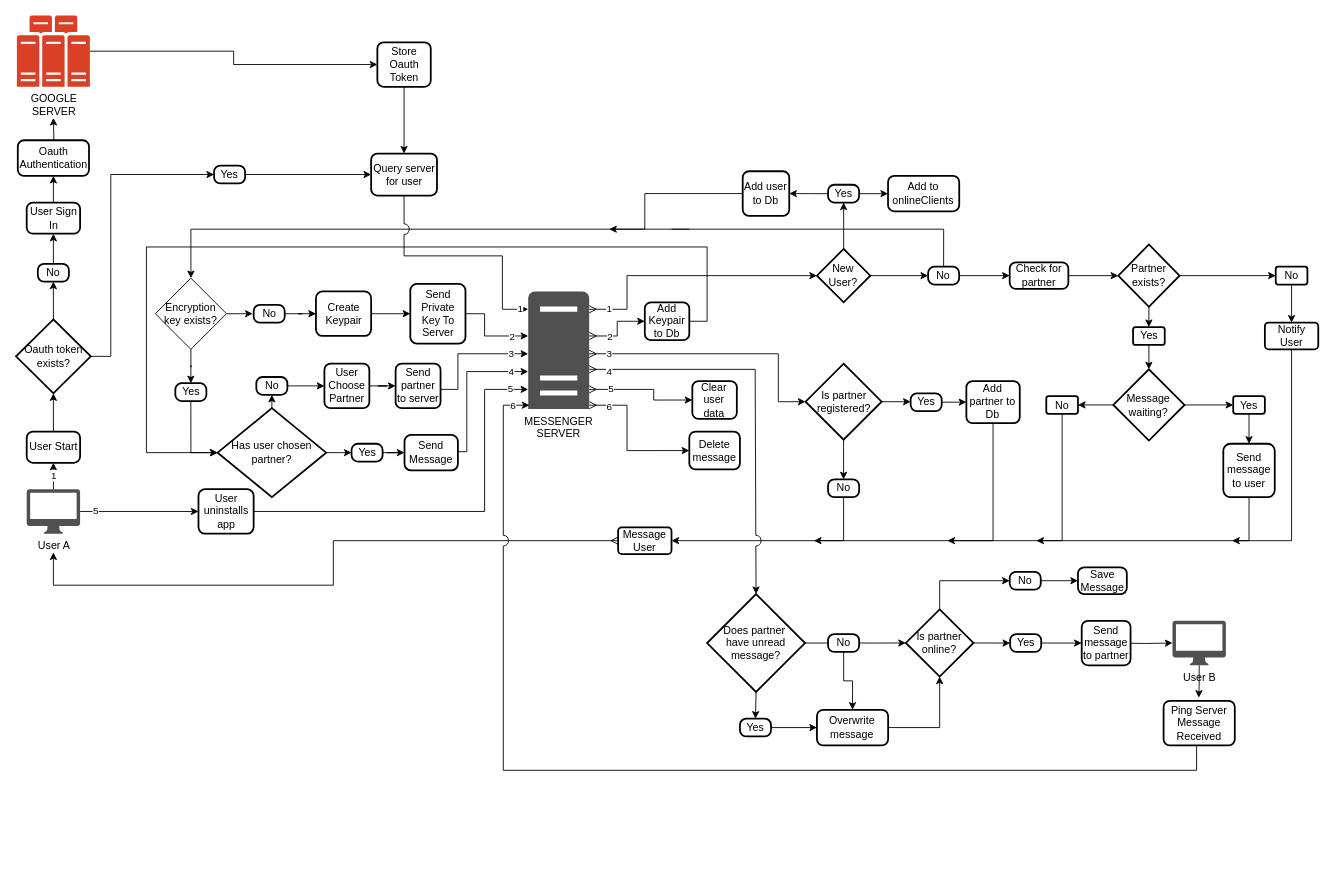
Earlier version of the draw.io diagram mini_messenger_flowchart.drawio (gitupwithit/mini_messenger_extension). Source tidied: cells renumbered, new cells numbered last; positions are measured from the earlier drawing's top-left corner, leaving out a move shared by most shapes. Both pictures are drawn from the tidied source at 89%, with x=0, y=0 at pixel (15, 15).
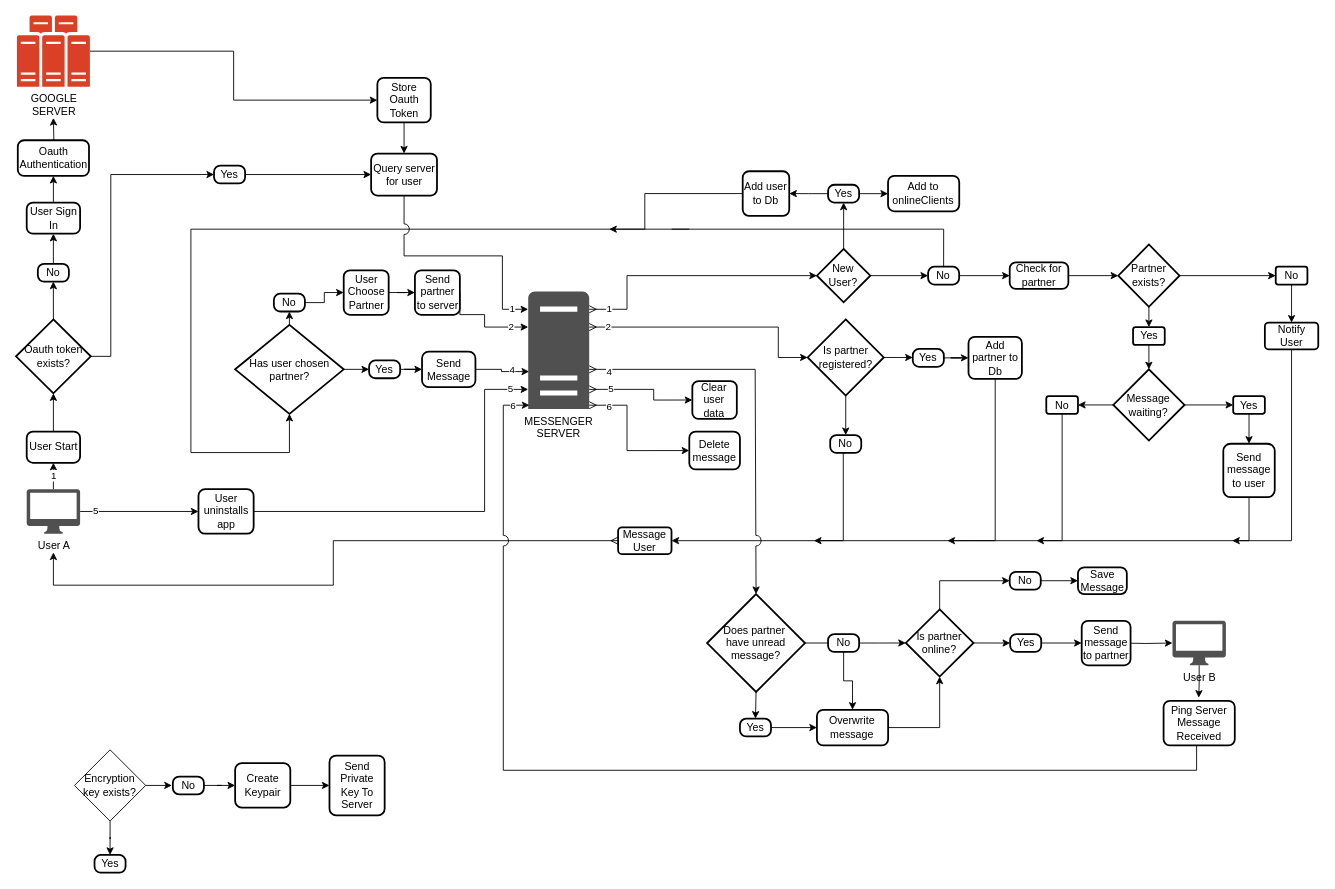
The same page after the edit.

Unchanged cells that the change refers to:
```xml
<mxCell id="10" value="MESSENGER&lt;br&gt;SERVER" style="sketch=0;shadow=0;dashed=0;html=1;strokeColor=none;fillColor=#505050;labelPosition=center;verticalLabelPosition=bottom;verticalAlign=top;outlineConnect=0;align=center;shape=mxgraph.office.servers.server_generic;points=[[0.11,0.94,0,0,0],[0.5,1,0,0,34],[1,1,0,2,3]];" parent="1" vertex="1">
  <mxGeometry x="576" y="310" width="68.5" height="132" as="geometry" />
</mxCell>
<mxCell id="114" value="Query server for user" style="rounded=1;whiteSpace=wrap;html=1;absoluteArcSize=1;arcSize=14;strokeWidth=2;" parent="1" vertex="1">
  <mxGeometry x="399.5" y="155" width="74" height="47.2" as="geometry" />
</mxCell>
```

What changed in the source:
```diff
@@
-    <mxCell id="8" style="edgeStyle=orthogonalEdgeStyle;rounded=0;jettySize=auto;html=1;entryX=0;entryY=0.5;entryDx=0;entryDy=0;startArrow=ERmany;startFill=0;" parent="1" edge="1" source="10" target="129">
-      <mxGeometry relative="1" as="geometry">
-        <Array as="points">
-          <mxPoint x="676" y="360" />
-          <mxPoint x="676" y="344" />
-        </Array>
-      </mxGeometry>
-    </mxCell>
-    <mxCell id="9" value="2" style="edgeLabel;html=1;align=center;verticalAlign=middle;" parent="8" vertex="1">
-      <mxGeometry x="-0.52" y="1" relative="1" as="geometry">
-        <mxPoint x="4" y="1" as="offset" />
-      </mxGeometry>
-    </mxCell>
@@
     <mxCell id="15" value="Store&lt;div&gt;Oauth&lt;/div&gt;&lt;div&gt;Token&lt;/div&gt;" style="rounded=1;whiteSpace=wrap;html=1;absoluteArcSize=1;arcSize=14;strokeWidth=2;" parent="1" vertex="1">
-      <mxGeometry x="406.5" y="30" width="60" height="50" as="geometry" />
+      <mxGeometry x="406.5" y="70" width="60" height="50" as="geometry" />
     </mxCell>
@@
-    <mxCell id="28" style="edgeStyle=orthogonalEdgeStyle;rounded=0;jettySize=auto;html=1;flowAnimation=1;entryX=0.5;entryY=0;entryDx=0;entryDy=0;jumpStyle=arc;jumpSize=12;" parent="1" edge="1" target="118">
+    <mxCell id="28" style="edgeStyle=orthogonalEdgeStyle;rounded=0;jettySize=auto;html=1;flowAnimation=1;jumpStyle=arc;jumpSize=12;" parent="1" edge="1" target="48">
       <mxGeometry relative="1" as="geometry">
         <mxPoint x="707" y="215" as="sourcePoint" />
         <Array as="points">
           <mxPoint x="707" y="240" />
           <mxPoint x="197" y="240" />
+          <mxPoint x="197" y="491" />
         </Array>
       </mxGeometry>
     </mxCell>
@@
     <mxCell id="46" style="edgeStyle=orthogonalEdgeStyle;rounded=0;jettySize=auto;html=1;exitX=0.5;exitY=0;exitDx=0;exitDy=0;exitPerimeter=0;entryX=0.5;entryY=1;entryDx=0;entryDy=0;" parent="1" edge="1" target="52">
       <mxGeometry relative="1" as="geometry">
-        <mxPoint x="288" y="441.1" as="sourcePoint" />
+        <mxPoint x="307.7" y="347.5" as="sourcePoint" />
       </mxGeometry>
     </mxCell>
@@
     <mxCell id="48" value="Has user chosen partner?" style="strokeWidth=2;html=1;shape=mxgraph.flowchart.decision;whiteSpace=wrap;" parent="1" vertex="1">
-      <mxGeometry x="227" y="441.1" width="122" height="100" as="geometry" />
+      <mxGeometry x="246.7" y="347.5" width="122" height="100" as="geometry" />
     </mxCell>
@@
     <mxCell id="50" value="Yes" style="rounded=1;whiteSpace=wrap;html=1;absoluteArcSize=1;arcSize=14;strokeWidth=2;" parent="1" vertex="1">
-      <mxGeometry x="377.5" y="481.1" width="34.9" height="20" as="geometry" />
+      <mxGeometry x="397.2" y="387.5" width="34.9" height="20" as="geometry" />
     </mxCell>
@@
     <mxCell id="52" value="No" style="rounded=1;whiteSpace=wrap;html=1;absoluteArcSize=1;arcSize=14;strokeWidth=2;" parent="1" vertex="1">
-      <mxGeometry x="270.5" y="406.1" width="34.9" height="20" as="geometry" />
+      <mxGeometry x="290.2" y="312.5" width="34.9" height="20" as="geometry" />
     </mxCell>
@@
     <mxCell id="54" value="User Choose Partner" style="rounded=1;whiteSpace=wrap;html=1;absoluteArcSize=1;arcSize=14;strokeWidth=2;" parent="1" vertex="1">
-      <mxGeometry x="347" y="391.1" width="50.5" height="50" as="geometry" />
+      <mxGeometry x="368.7" y="286.2" width="50.5" height="50" as="geometry" />
     </mxCell>
-    <mxCell id="55" value="3" style="edgeStyle=orthogonalEdgeStyle;rounded=0;jettySize=auto;html=1;exitX=1;exitY=0.5;exitDx=0;exitDy=0;" parent="1" edge="1" source="56" target="10">
-      <mxGeometry x="0.73" relative="1" as="geometry">
+    <mxCell id="55" value="2" style="edgeStyle=orthogonalEdgeStyle;rounded=0;jettySize=auto;html=1;exitX=1;exitY=0.5;exitDx=0;exitDy=0;" parent="1" edge="1" source="56" target="10">
+      <mxGeometry x="0.67" relative="1" as="geometry">
         <Array as="points">
-          <mxPoint x="478" y="420" />
-          <mxPoint x="497" y="420" />
-          <mxPoint x="497" y="380" />
+          <mxPoint x="527" y="336" />
+          <mxPoint x="527" y="350" />
         </Array>
       </mxGeometry>
     </mxCell>
     <mxCell id="56" value="Send&lt;div&gt;partner to server&lt;/div&gt;" style="rounded=1;whiteSpace=wrap;html=1;absoluteArcSize=1;arcSize=14;strokeWidth=2;" parent="1" vertex="1">
-      <mxGeometry x="427" y="391.1" width="50.5" height="50" as="geometry" />
+      <mxGeometry x="448.7" y="286.2" width="50.5" height="50" as="geometry" />
     </mxCell>
@@
     <mxCell id="58" value="&lt;span style=&quot;background-color: initial;&quot;&gt;Is partner registered?&lt;/span&gt;" style="strokeWidth=2;html=1;shape=mxgraph.flowchart.decision;whiteSpace=wrap;" parent="1" vertex="1">
-      <mxGeometry x="887.6" y="391.1" width="85.5" height="85.5" as="geometry" />
+      <mxGeometry x="890" y="341.4" width="85.5" height="85.5" as="geometry" />
     </mxCell>
-    <mxCell id="59" value="3" style="edgeStyle=orthogonalEdgeStyle;rounded=0;jettySize=auto;html=1;startArrow=ERmany;startFill=0;entryX=0;entryY=0.5;entryDx=0;entryDy=0;entryPerimeter=0;" parent="1" edge="1" source="10" target="58">
+    <mxCell id="59" value="2" style="edgeStyle=orthogonalEdgeStyle;rounded=0;jettySize=auto;html=1;startArrow=ERmany;startFill=0;entryX=0;entryY=0.5;entryDx=0;entryDy=0;entryPerimeter=0;" parent="1" edge="1" source="10" target="58">
       <mxGeometry x="-0.85" relative="1" as="geometry">
         <Array as="points">
-          <mxPoint x="857" y="380" />
-          <mxPoint x="857" y="434" />
+          <mxPoint x="857" y="350" />
+          <mxPoint x="857" y="384" />
         </Array>
       </mxGeometry>
     </mxCell>
@@
     <mxCell id="61" value="Yes" style="rounded=1;whiteSpace=wrap;html=1;absoluteArcSize=1;arcSize=14;strokeWidth=2;" parent="1" vertex="1">
-      <mxGeometry x="1005.7" y="424.4" width="34.9" height="20" as="geometry" />
+      <mxGeometry x="1008.1" y="374.6" width="34.9" height="20" as="geometry" />
     </mxCell>
@@
     <mxCell id="63" value="No" style="rounded=1;whiteSpace=wrap;html=1;absoluteArcSize=1;arcSize=14;strokeWidth=2;" parent="1" vertex="1">
-      <mxGeometry x="912.9" y="521.1" width="34.9" height="20" as="geometry" />
+      <mxGeometry x="915.3" y="471.4" width="34.9" height="20" as="geometry" />
     </mxCell>
@@
     <mxCell id="66" value="Add partner to Db" style="rounded=1;whiteSpace=wrap;html=1;absoluteArcSize=1;arcSize=14;strokeWidth=2;" parent="1" vertex="1">
-      <mxGeometry x="1068.3" y="410.7" width="60" height="47.2" as="geometry" />
+      <mxGeometry x="1070.7" y="361" width="60" height="47.2" as="geometry" />
     </mxCell>
-    <mxCell id="67" value="4" style="edgeStyle=orthogonalEdgeStyle;rounded=0;jettySize=auto;html=1;exitX=1;exitY=0.5;exitDx=0;exitDy=0;" parent="1" edge="1" source="68" target="10">
-      <mxGeometry x="0.78" relative="1" as="geometry">
-        <Array as="points">
-          <mxPoint x="497" y="490" />
-          <mxPoint x="507" y="490" />
-          <mxPoint x="507" y="400" />
-        </Array>
-      </mxGeometry>
-    </mxCell>
     <mxCell id="68" value="Send Message" style="rounded=1;whiteSpace=wrap;html=1;absoluteArcSize=1;arcSize=15;strokeWidth=2;" parent="1" vertex="1">
-      <mxGeometry x="437" y="471.1" width="60" height="40" as="geometry" />
+      <mxGeometry x="456.7" y="377.5" width="60" height="40" as="geometry" />
     </mxCell>
@@
     <mxCell id="113" value="1" style="edgeStyle=orthogonalEdgeStyle;rounded=0;jettySize=auto;html=1;exitX=0.5;exitY=1;exitDx=0;exitDy=0;jumpStyle=arc;jumpSize=12;" parent="1" edge="1" source="114" target="10">
-      <mxGeometry x="0.93" relative="1" as="geometry">
+      <mxGeometry x="0.86" relative="1" as="geometry">
         <Array as="points">
           <mxPoint x="437" y="202" />
           <mxPoint x="437" y="270" />
           <mxPoint x="547" y="270" />
           <mxPoint x="547" y="330" />
         </Array>
       </mxGeometry>
     </mxCell>
@@
     <mxCell id="118" value="Encryption key exists?" style="rhombus;whiteSpace=wrap;html=1;" parent="1" vertex="1">
-      <mxGeometry x="157" y="295" width="80" height="80" as="geometry" />
+      <mxGeometry x="66.2" y="825" width="80" height="80" as="geometry" />
     </mxCell>
     <mxCell id="119" value="Yes" style="rounded=1;whiteSpace=wrap;html=1;absoluteArcSize=1;arcSize=14;strokeWidth=2;" parent="1" vertex="1">
-      <mxGeometry x="179.5" y="413.1" width="34.9" height="20" as="geometry" />
+      <mxGeometry x="88.7" y="943.1" width="34.9" height="20" as="geometry" />
     </mxCell>
@@
     <mxCell id="121" value="No" style="rounded=1;whiteSpace=wrap;html=1;absoluteArcSize=1;arcSize=14;strokeWidth=2;" parent="1" vertex="1">
-      <mxGeometry x="267.5" y="325" width="34.9" height="20" as="geometry" />
+      <mxGeometry x="176.7" y="855" width="34.9" height="20" as="geometry" />
     </mxCell>
@@
     <mxCell id="123" value="Create Keypair" style="rounded=1;whiteSpace=wrap;html=1;absoluteArcSize=1;arcSize=15;strokeWidth=2;" parent="1" vertex="1">
-      <mxGeometry x="337.5" y="310" width="62" height="50" as="geometry" />
+      <mxGeometry x="246.7" y="840" width="62" height="50" as="geometry" />
     </mxCell>
-    <mxCell id="124" style="edgeStyle=orthogonalEdgeStyle;rounded=0;jettySize=auto;html=1;exitX=1;exitY=0.5;exitDx=0;exitDy=0;" parent="1" edge="1" source="126" target="10">
-      <mxGeometry relative="1" as="geometry">
-        <Array as="points">
-          <mxPoint x="527" y="335" />
-          <mxPoint x="527" y="360" />
-        </Array>
-      </mxGeometry>
-    </mxCell>
-    <mxCell id="125" value="2" style="edgeLabel;html=1;align=center;verticalAlign=middle;" parent="124" vertex="1">
-      <mxGeometry x="0.5" relative="1" as="geometry">
-        <mxPoint x="5" as="offset" />
-      </mxGeometry>
-    </mxCell>
     <mxCell id="126" value="Send Private Key To Server" style="rounded=1;whiteSpace=wrap;html=1;absoluteArcSize=1;arcSize=15;strokeWidth=2;" parent="1" vertex="1">
-      <mxGeometry x="443.5" y="301.4" width="62" height="67.2" as="geometry" />
+      <mxGeometry x="352.7" y="831.4" width="62" height="67.2" as="geometry" />
     </mxCell>
@@
-    <mxCell id="128" style="edgeStyle=orthogonalEdgeStyle;rounded=0;jettySize=auto;html=1;exitX=1;exitY=0.5;exitDx=0;exitDy=0;flowAnimation=1;entryX=0;entryY=0.5;entryDx=0;entryDy=0;entryPerimeter=0;" parent="1" edge="1" source="129" target="48">
-      <mxGeometry relative="1" as="geometry">
-        <Array as="points">
-          <mxPoint x="777" y="344" />
-          <mxPoint x="777" y="260" />
-          <mxPoint x="147" y="260" />
-          <mxPoint x="147" y="491" />
-        </Array>
-      </mxGeometry>
-    </mxCell>
-    <mxCell id="129" value="Add Keypair to Db" style="rounded=1;whiteSpace=wrap;html=1;absoluteArcSize=1;arcSize=14;strokeWidth=2;" parent="1" vertex="1">
-      <mxGeometry x="707" y="322.2" width="50" height="42.5" as="geometry" />
-    </mxCell>
-    <mxCell id="130" style="edgeStyle=orthogonalEdgeStyle;rounded=0;jettySize=auto;html=1;exitX=0.5;exitY=1;exitDx=0;exitDy=0;entryX=0;entryY=0.5;entryDx=0;entryDy=0;entryPerimeter=0;" parent="1" edge="1" source="119" target="48">
-      <mxGeometry relative="1" as="geometry" />
-    </mxCell>
@@
+    <mxCell id="132" style="edgeStyle=orthogonalEdgeStyle;rounded=0;jettySize=auto;html=1;entryX=0.015;entryY=0.682;entryDx=0;entryDy=0;entryPerimeter=0;" parent="1" edge="1" source="68" target="10">
+      <mxGeometry relative="1" as="geometry">
+        <Array as="points">
+          <mxPoint x="546" y="398" />
+          <mxPoint x="546" y="400" />
+        </Array>
+      </mxGeometry>
+    </mxCell>
+    <mxCell id="67" value="4" style="edgeLabel;html=1;align=center;verticalAlign=middle;" parent="132" vertex="1">
+      <mxGeometry x="0.63" relative="1" as="geometry">
+        <mxPoint x="-8" y="-3" as="offset" />
+      </mxGeometry>
+    </mxCell>
```
